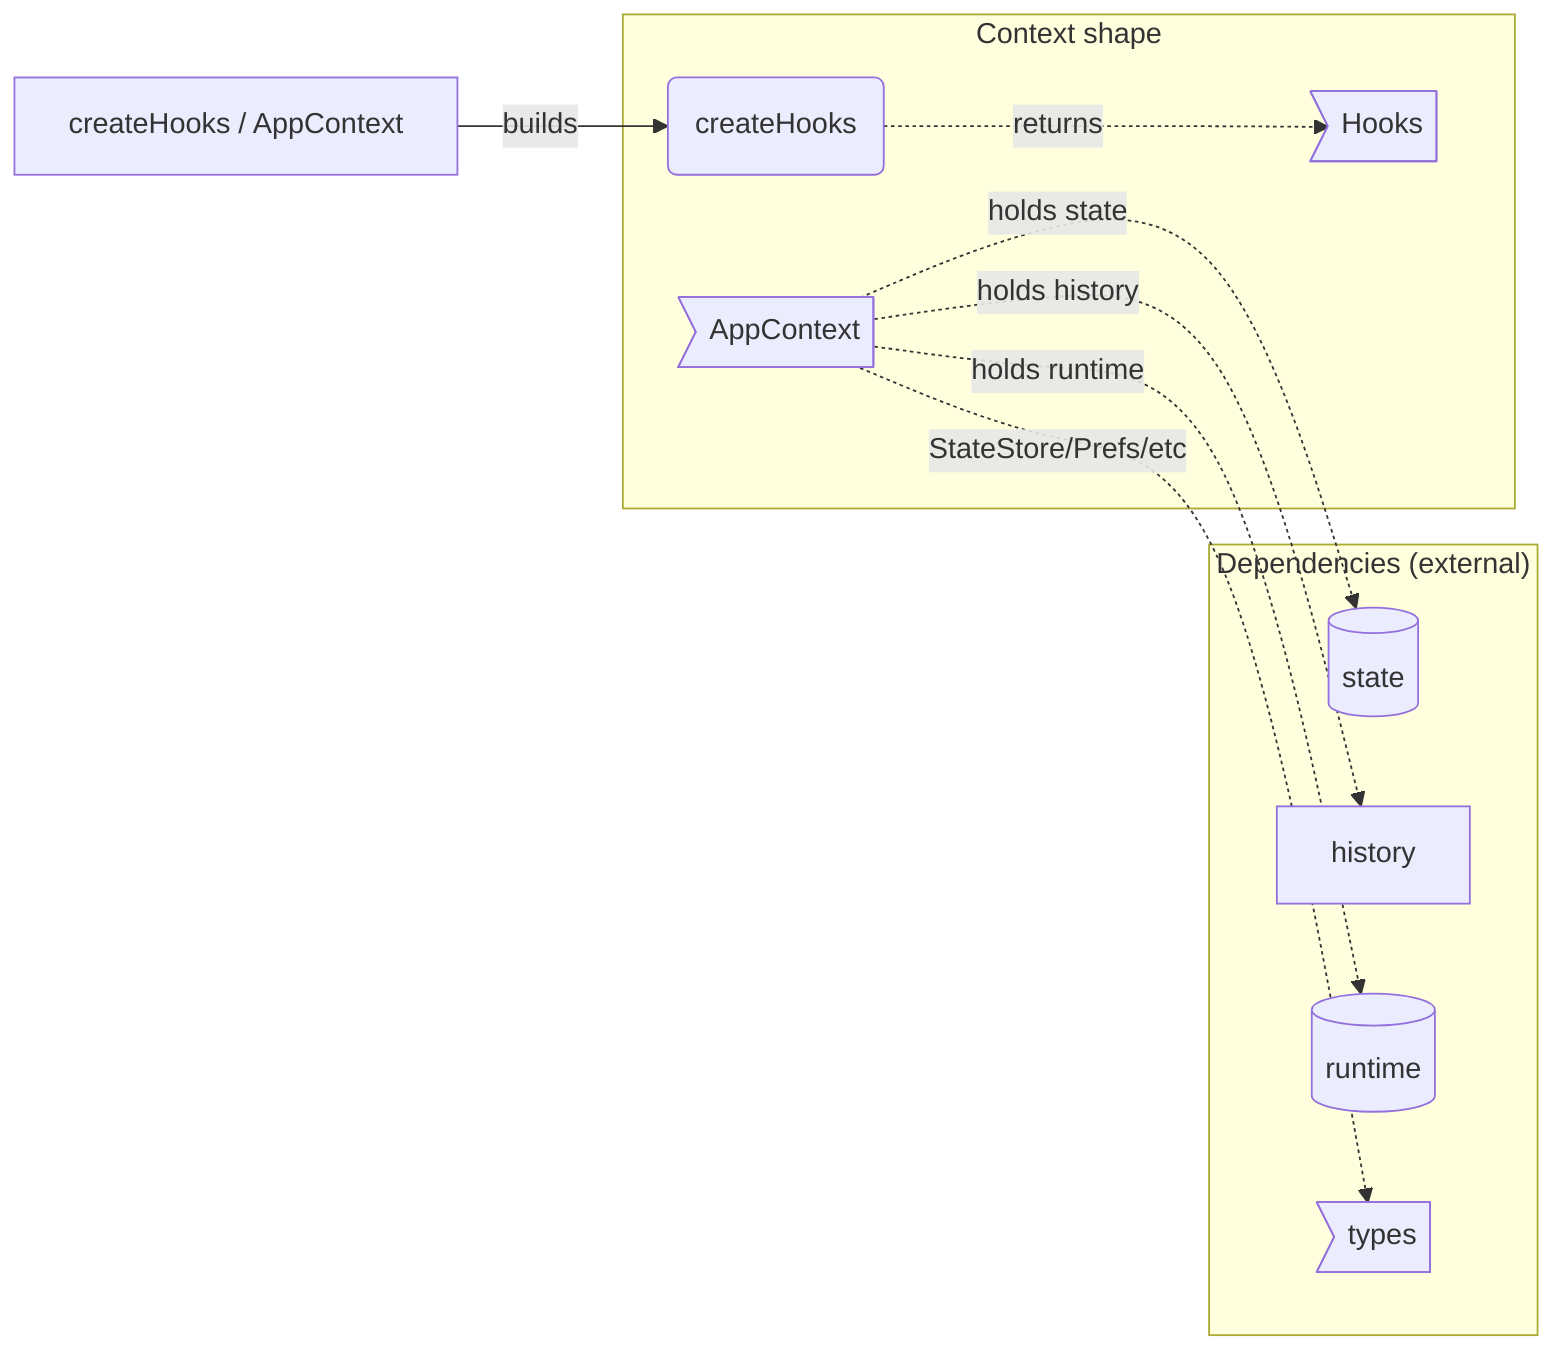
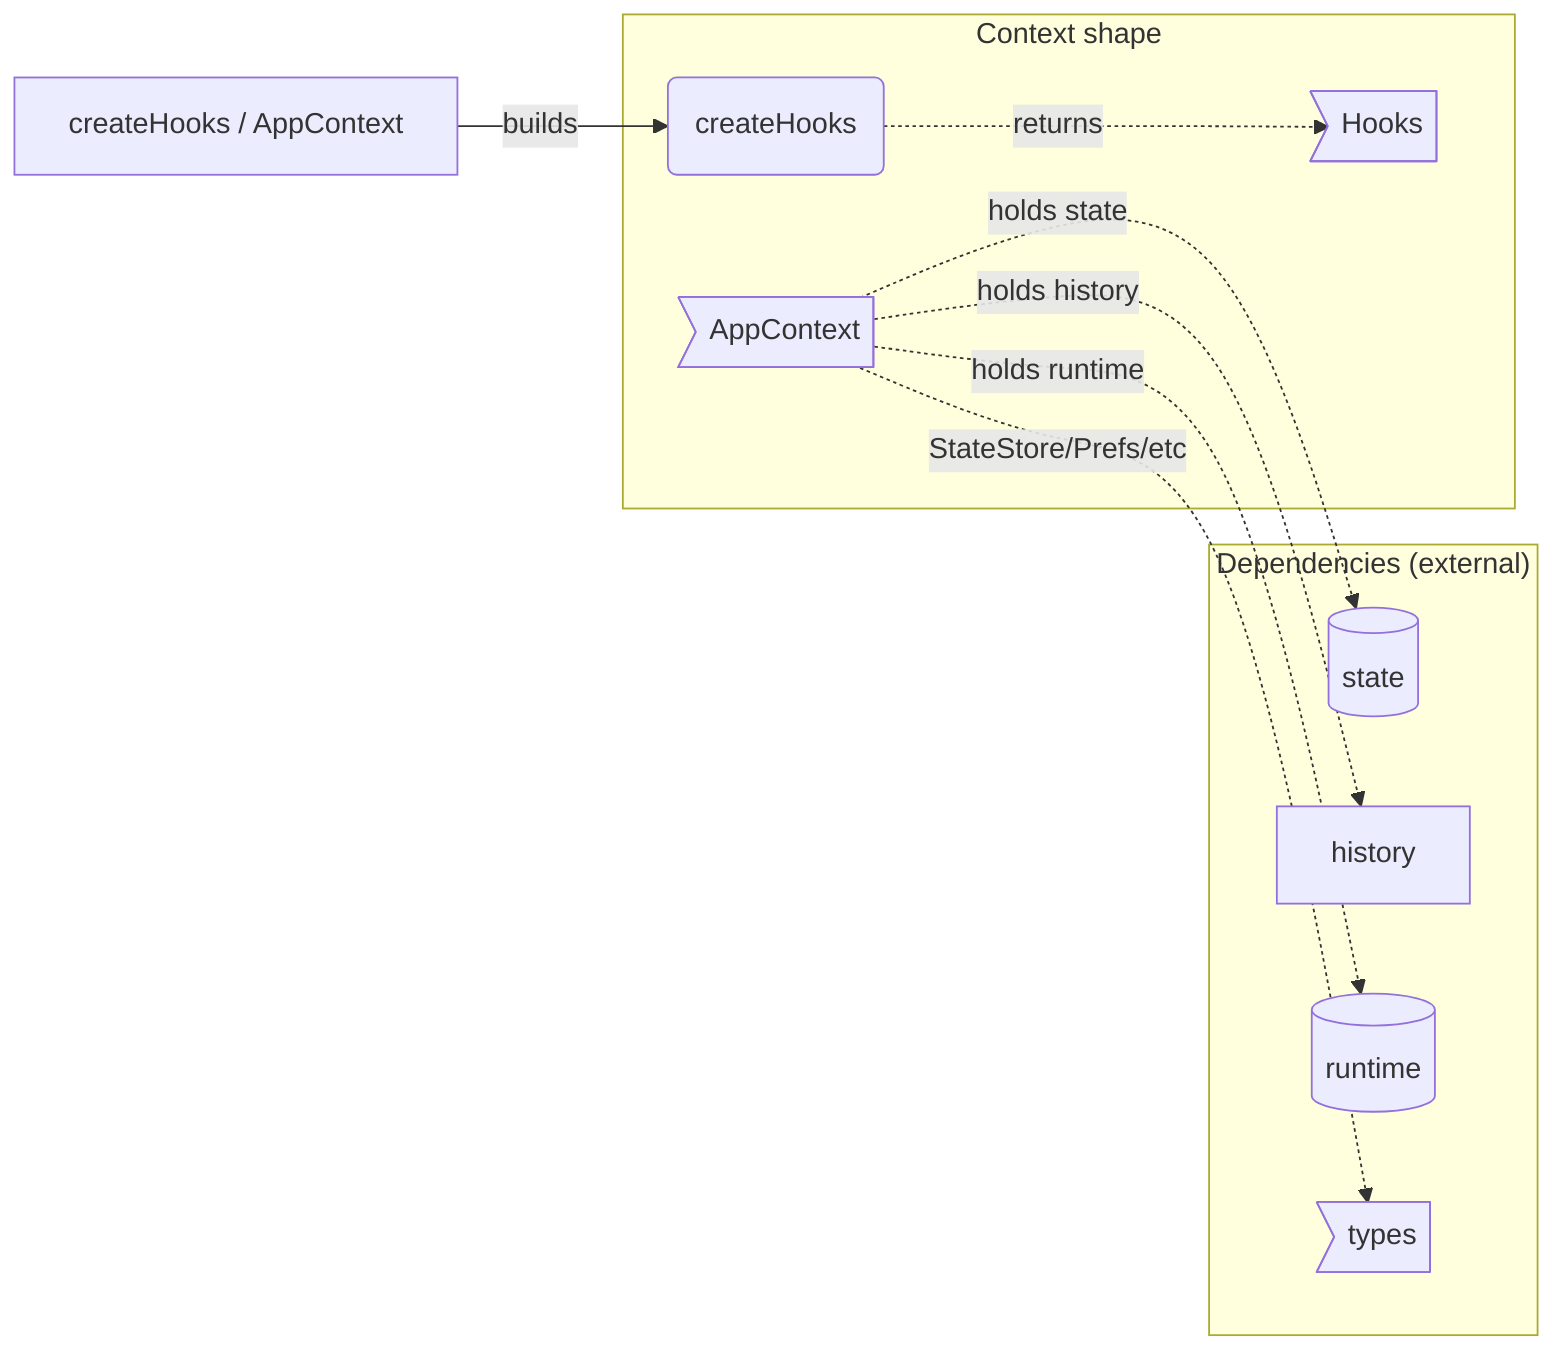
flowchart LR
%% root context
%% AUTHORED FROM src/core/context/context.ts
%% --- container (canonical public contract) ---
%% fm:meta context name=createHooks
%% fm:meta context desc=the shared conduit. AppContext is the one object every module reads (dom, state, cam, prefs, history, runtime, clipboard, view, bodies, hooks). Hooks is the late-bound cross-module call table main fills after every init() runs; calling a hook before boot is a programming error (assertive defaults).
%% fm:meta context i0.name=createHooks
%% fm:meta context i0.returns=Hooks
%% --- internal ---
%% fm:meta createHooks name=createHooks
%% fm:meta createHooks desc=build a Hooks table of throwing placeholders; main overwrites each with the real cross-module function during wiring.
+ %% fm:meta createHooks i0.name=createHooks
+ %% fm:meta createHooks i0.returns=Hooks
%% --- deps (external; canonical defs live in root.mmd) ---
%% fm:meta AppContext name=AppContext
%% fm:meta Hooks name=Hooks
%% fm:meta state name=state
%% fm:meta history name=history
%% fm:meta runtime name=runtime
%% fm:meta types name=types
%% --- kinds ---
%% kind context module
%% kind createHooks function
%% kind AppContext type
%% kind Hooks type
%% src createHooks src/core/context/context.ts#createHooks
%% src AppContext src/core/context/context.ts#AppContext
%% src Hooks src/core/context/context.ts#Hooks
%% kind state store
%% kind history module
%% kind runtime store
%% kind types type
%% --- containment ---
%% parent shape context
  subgraph shape ["Context shape"]
    createHooks("createHooks")
    AppContext>"AppContext"]
    Hooks>"Hooks"]
  end
  subgraph deps ["Dependencies (external)"]
    state[("state")]
    history["history"]
    runtime[("runtime")]
    types>"types"]
  end
  context["createHooks / AppContext"]
  context -->|builds| createHooks
  createHooks -.->|returns| Hooks
  AppContext -.->|holds state| state
  AppContext -.->|holds history| history
  AppContext -.->|holds runtime| runtime
  AppContext -.->|StateStore/Prefs/etc| types
